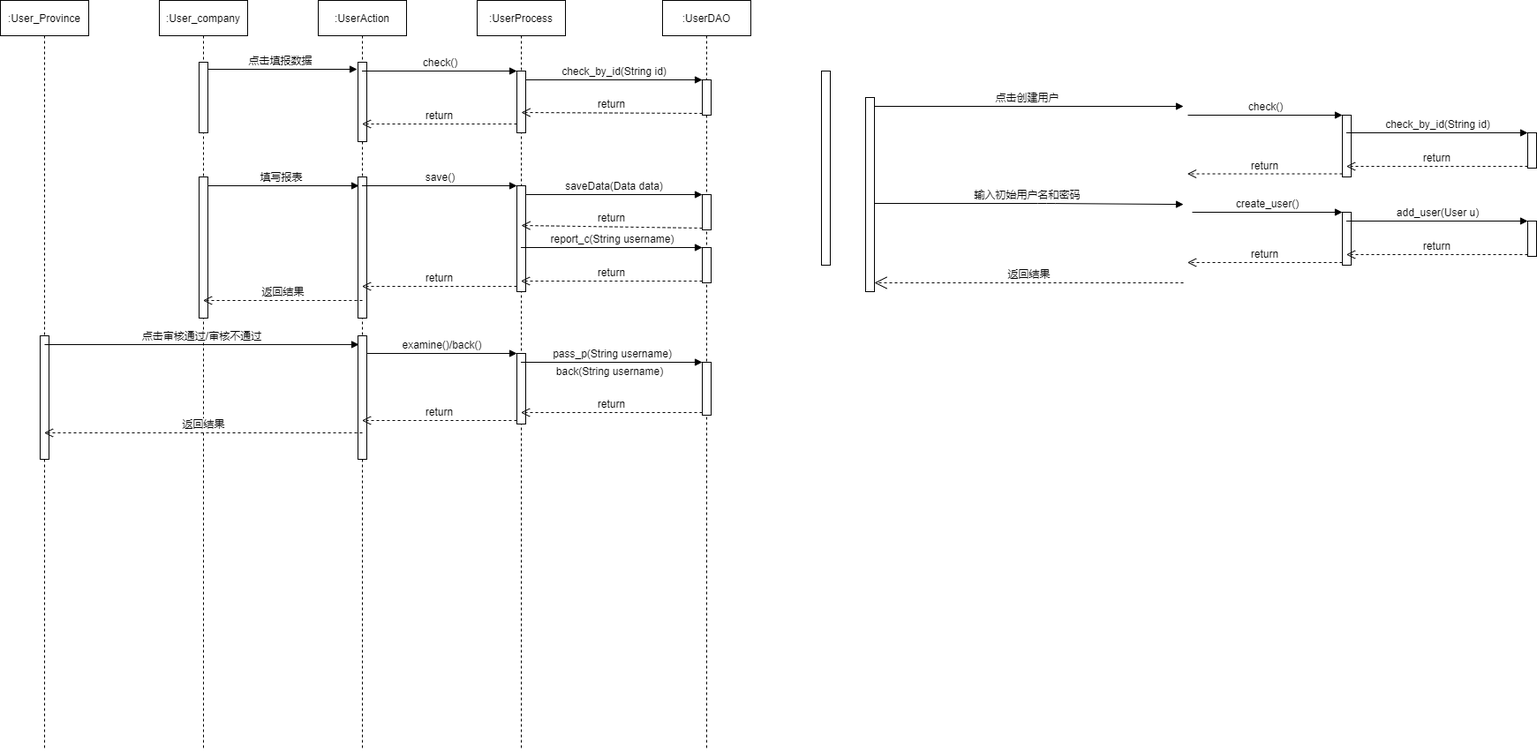
The draw.io diagram 顺序图 的副本.png in lzhenbit/Dictionary, before a commit. Source tidied: cells renumbered, new cells last; positions are measured from the earlier drawing's top-left corner, leaving out a move shared by most shapes.
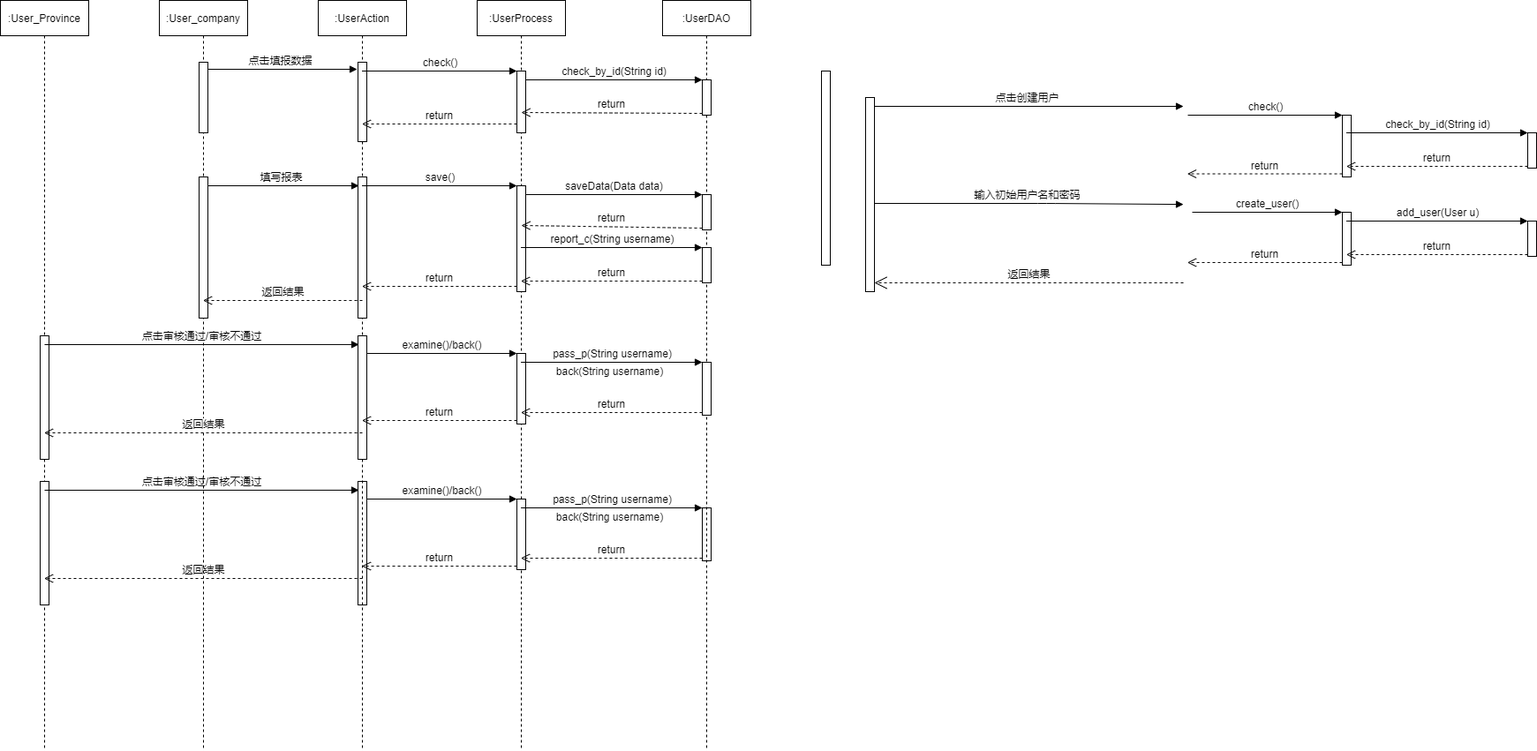
Later version of the same file.

Commit message:
更新顺序图 的副本.png

The edit, as a diff of the source:
```diff
@@ -28,6 +28,50 @@
     <mxCell id="8" style="html=1;perimeter=orthogonalPerimeter;" parent="7" vertex="1">
       <mxGeometry x="45" y="380" width="10" height="140" as="geometry" />
     </mxCell>
+    <mxCell id="57" style="html=1;perimeter=orthogonalPerimeter;" parent="7" vertex="1">
+      <mxGeometry x="45" y="545" width="10" height="140" as="geometry" />
+    </mxCell>
+    <mxCell id="58" style="html=1;points=[];perimeter=orthogonalPerimeter;" parent="7" vertex="1">
+      <mxGeometry x="405" y="545" width="10" height="140" as="geometry" />
+    </mxCell>
+    <mxCell id="59" style="html=1;points=[];perimeter=orthogonalPerimeter;" parent="7" vertex="1">
+      <mxGeometry x="585" y="565" width="10" height="80" as="geometry" />
+    </mxCell>
+    <mxCell id="60" value="&lt;span lang=&quot;EN-US&quot;&gt;&lt;font style=&quot;font-size: 12px&quot;&gt;&lt;span lang=&quot;EN-US&quot;&gt;examine()&lt;/span&gt;/back()&lt;/font&gt;&lt;/span&gt;" style="html=1;verticalAlign=bottom;endArrow=block;entryX=0;entryY=0;" parent="7" edge="1" source="58" target="59">
+      <mxGeometry relative="1" as="geometry" />
+    </mxCell>
+    <mxCell id="61" value="return" style="html=1;verticalAlign=bottom;endArrow=open;dashed=1;endSize=8;exitX=0;exitY=0.95;" parent="7" edge="1" source="59">
+      <mxGeometry relative="1" as="geometry">
+        <mxPoint x="409.5" y="641" as="targetPoint" />
+      </mxGeometry>
+    </mxCell>
+    <mxCell id="62" value="return" style="html=1;verticalAlign=bottom;endArrow=open;dashed=1;endSize=8;exitX=0;exitY=0.95;" parent="7" edge="1" source="65">
+      <mxGeometry relative="1" as="geometry">
+        <mxPoint x="589.5" y="632" as="targetPoint" />
+      </mxGeometry>
+    </mxCell>
+    <mxCell id="63" value="&lt;span lang=&quot;EN-US&quot;&gt;&lt;font style=&quot;font-size: 12px&quot;&gt;pass_p(String username)&lt;/font&gt;&lt;/span&gt;" style="html=1;verticalAlign=bottom;endArrow=block;entryX=0;entryY=0;" parent="7" edge="1" target="65">
+      <mxGeometry relative="1" as="geometry">
+        <mxPoint x="589.5" y="575" as="sourcePoint" />
+      </mxGeometry>
+    </mxCell>
+    <mxCell id="64" value="&lt;span lang=&quot;EN-US&quot;&gt;&lt;font style=&quot;font-size: 12px&quot;&gt;back(String username)&lt;/font&gt;&lt;/span&gt;" style="text;html=1;align=center;verticalAlign=middle;" parent="7" vertex="1">
+      <mxGeometry x="620" y="575" width="140" height="20" as="geometry" />
+    </mxCell>
+    <mxCell id="65" style="html=1;points=[];perimeter=orthogonalPerimeter;" parent="7" vertex="1">
+      <mxGeometry x="795" y="575" width="10" height="60" as="geometry" />
+    </mxCell>
+    <mxCell id="66" value="点击审核通过/审核不通过" style="html=1;verticalAlign=bottom;endArrow=block;entryX=0.1;entryY=0.071;entryDx=0;entryDy=0;entryPerimeter=0;" parent="7" edge="1" target="58">
+      <mxGeometry relative="1" as="geometry">
+        <mxPoint x="50" y="555" as="sourcePoint" />
+      </mxGeometry>
+    </mxCell>
+    <mxCell id="67" value="返回结果" style="html=1;verticalAlign=bottom;endArrow=open;dashed=1;endSize=8;" parent="7" edge="1">
+      <mxGeometry relative="1" as="geometry">
+        <mxPoint x="410" y="655" as="sourcePoint" />
+        <mxPoint x="49.5" y="655" as="targetPoint" />
+      </mxGeometry>
+    </mxCell>
     <mxCell id="9" value=":User_company" style="shape=umlLifeline;perimeter=lifelinePerimeter;whiteSpace=wrap;html=1;" parent="1" vertex="1">
       <mxGeometry x="180" width="100" height="850" as="geometry" />
     </mxCell>
```
